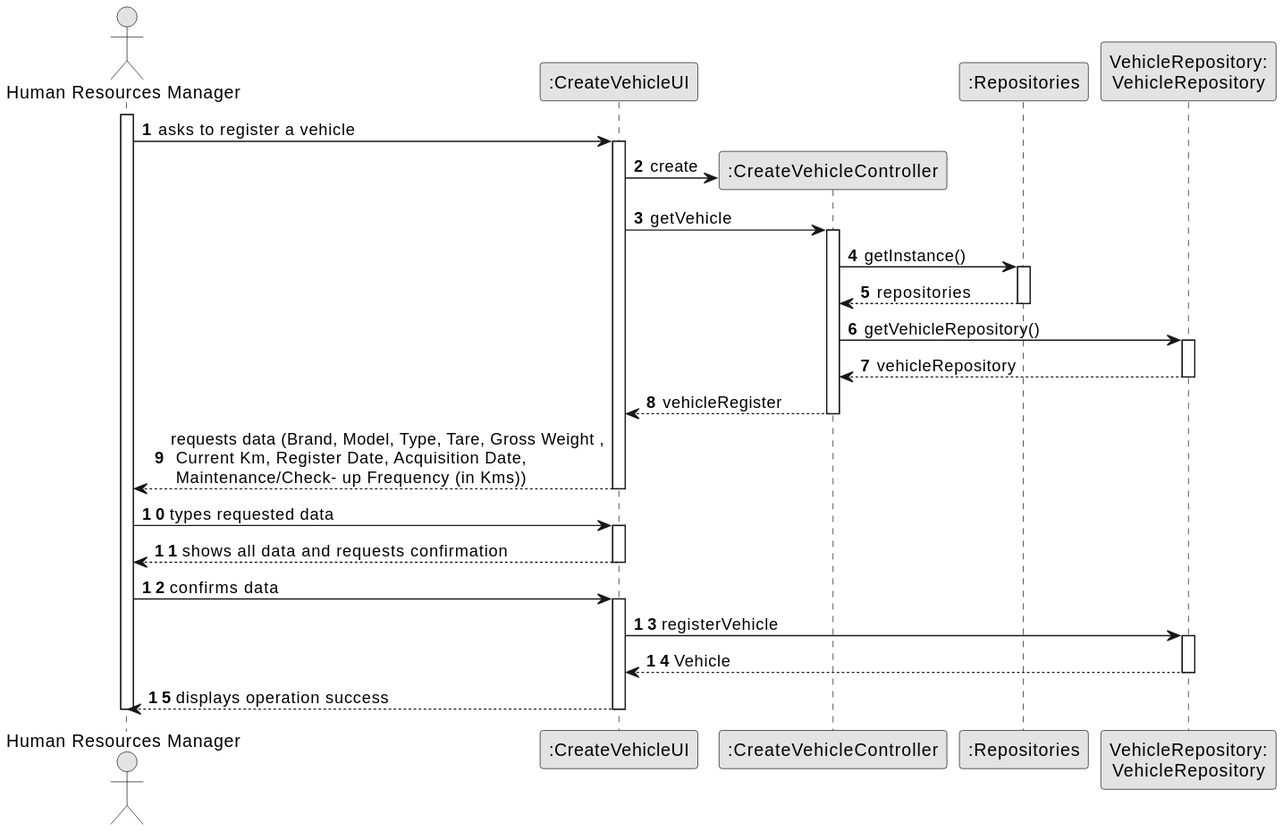
Before: docs/sprintC/us020/03.design/svg/us020-sequence-diagram-full.svg, a diagram exported from PlantUML (Departamento-de-Engenharia-Informatica/lei-24-s2-1dl-g121). The source it was exported from:
```plantuml
@startuml
skinparam monochrome true
skinparam packageStyle rectangle
skinparam shadowing false

autonumber

actor "Human Resources Manager" as ADM
participant ":CreateVehicleUI" as UI
participant ":CreateVehicleController" as CTRL
participant ":Repositories" as RepositorySingleton
participant "VehicleRepository:\nVehicleRepository" as TaskCategoryRepository


activate ADM

        ADM -> UI : asks to register a vehicle

        activate UI

            UI -> CTRL** : create

            UI -> CTRL : getVehicle
            activate CTRL

                CTRL -> RepositorySingleton : getInstance()
                activate RepositorySingleton

                    RepositorySingleton --> CTRL: repositories
                deactivate RepositorySingleton

                CTRL -> TaskCategoryRepository : getVehicleRepository()
                activate TaskCategoryRepository

                    TaskCategoryRepository --> CTRL: vehicleRepository
                deactivate TaskCategoryRepository



                CTRL --> UI : vehicleRegister
            deactivate CTRL

            UI --> ADM : requests data (Brand, Model, Type, Tare, Gross Weight ,\n Current Km, Register Date, Acquisition Date,\n Maintenance/Check- up Frequency (in Kms))
        deactivate UI

    ADM -> UI : types requested data
    activate UI

        UI --> ADM : shows all data and requests confirmation
    deactivate UI

    ADM -> UI : confirms data
    activate UI

    UI -> TaskCategoryRepository : registerVehicle

        activate TaskCategoryRepository

        TaskCategoryRepository --> UI : Vehicle


        deactivate  TaskCategoryRepository

            deactivate CTRL
            UI --> ADM: displays operation success
    deactivate UI

deactivate ADM
@enduml
```
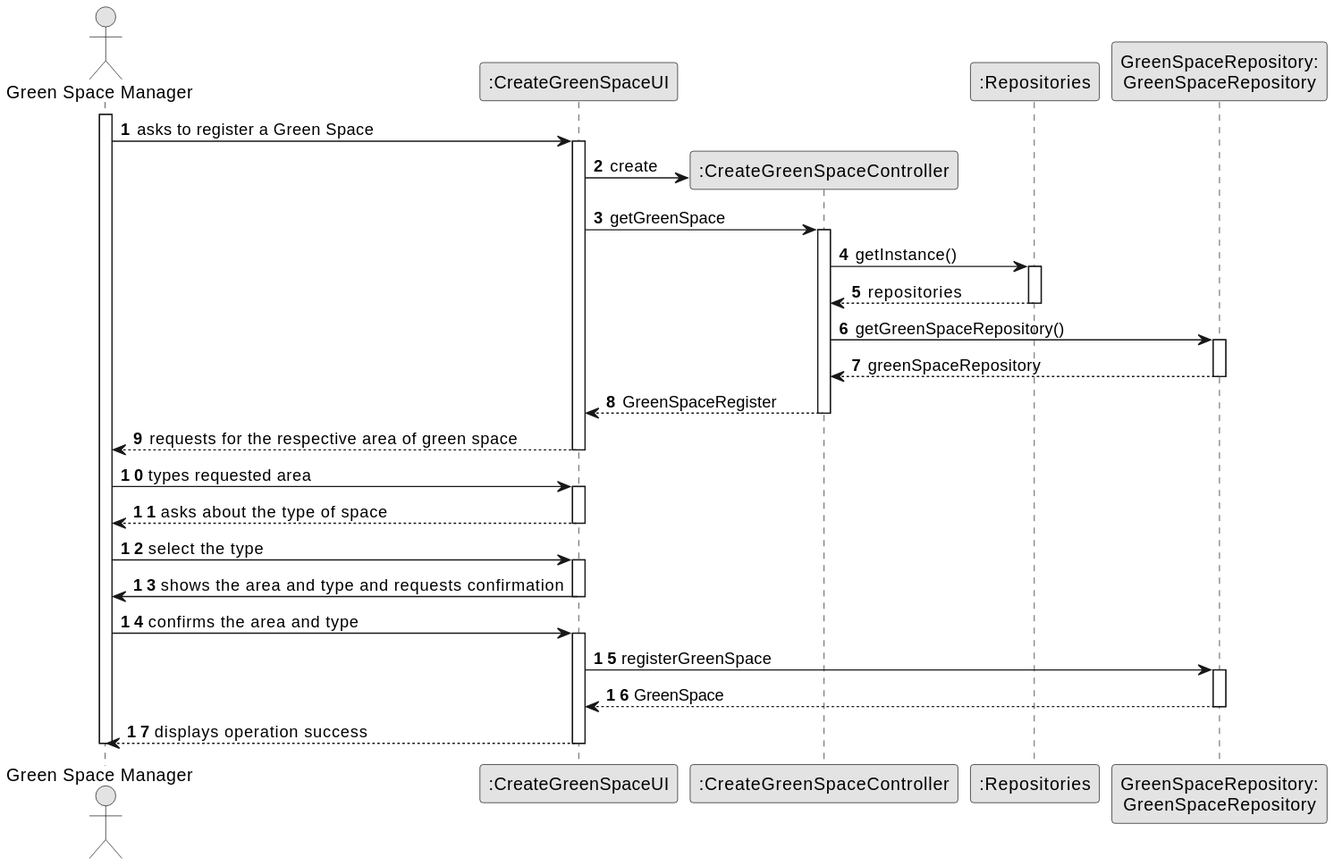
Above is the later version.

Diff of the diagram source:
```diff
@@ -5,22 +5,22 @@
 
 autonumber
 
-actor "Human Resources Manager" as ADM
-participant ":CreateVehicleUI" as UI
-participant ":CreateVehicleController" as CTRL
+actor "Green Space Manager " as ADM
+participant ":CreateGreenSpaceUI" as UI
+participant ":CreateGreenSpaceController" as CTRL
 participant ":Repositories" as RepositorySingleton
-participant "VehicleRepository:\nVehicleRepository" as TaskCategoryRepository
+participant "GreenSpaceRepository:\nGreenSpaceRepository" as TaskCategoryRepository
 
 
 activate ADM
 
-        ADM -> UI : asks to register a vehicle
+        ADM -> UI : asks to register a Green Space
 
         activate UI
 
             UI -> CTRL** : create
 
-            UI -> CTRL : getVehicle
+            UI -> CTRL : getGreenSpace
             activate CTRL
 
                 CTRL -> RepositorySingleton : getInstance()
@@ -29,34 +29,43 @@
                     RepositorySingleton --> CTRL: repositories
                 deactivate RepositorySingleton
 
-                CTRL -> TaskCategoryRepository : getVehicleRepository()
+                CTRL -> TaskCategoryRepository : getGreenSpaceRepository()
                 activate TaskCategoryRepository
 
-                    TaskCategoryRepository --> CTRL: vehicleRepository
+                    TaskCategoryRepository --> CTRL: greenSpaceRepository
                 deactivate TaskCategoryRepository
 
 
 
-                CTRL --> UI : vehicleRegister
+                CTRL --> UI : GreenSpaceRegister
             deactivate CTRL
 
-            UI --> ADM : requests data (Brand, Model, Type, Tare, Gross Weight ,\n Current Km, Register Date, Acquisition Date,\n Maintenance/Check- up Frequency (in Kms))
+            UI --> ADM : requests for the respective area of green space
         deactivate UI
 
-    ADM -> UI : types requested data
+    ADM -> UI : types requested area
     activate UI
 
-        UI --> ADM : shows all data and requests confirmation
+        UI --> ADM : asks about the type of space
     deactivate UI
 
-    ADM -> UI : confirms data
+    ADM -> UI : select the type
     activate UI
 
-    UI -> TaskCategoryRepository : registerVehicle
+    UI -> ADM :shows the area and type and requests confirmation
+    deactivate UI
+
+
+    ADM ->UI : confirms the area and type
+    activate UI
+
+    UI -> TaskCategoryRepository : registerGreenSpace
+
+
 
         activate TaskCategoryRepository
 
-        TaskCategoryRepository --> UI : Vehicle
+        TaskCategoryRepository --> UI : GreenSpace
 
 
         deactivate  TaskCategoryRepository
```
